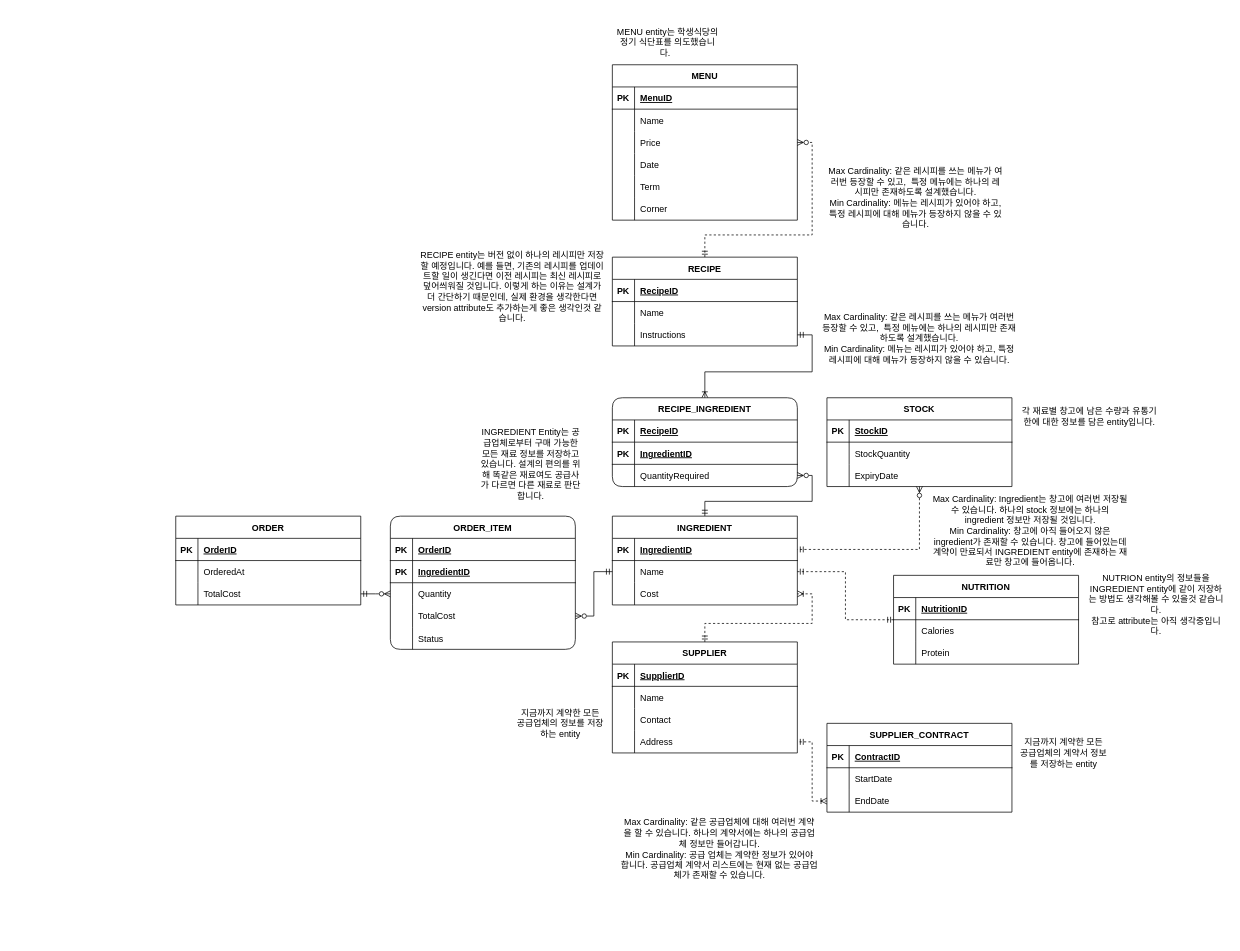
Before: resource/FOOD_CRM.drawio in cryscham123/ERdiagram, a draw.io diagram. Source tidied: cells renumbered, new cells numbered last; positions are measured from the earlier drawing's top-left corner, leaving out a move shared by most shapes. Both pictures are drawn from the tidied source at 74%, with x=0, y=0 at pixel (175, 13).
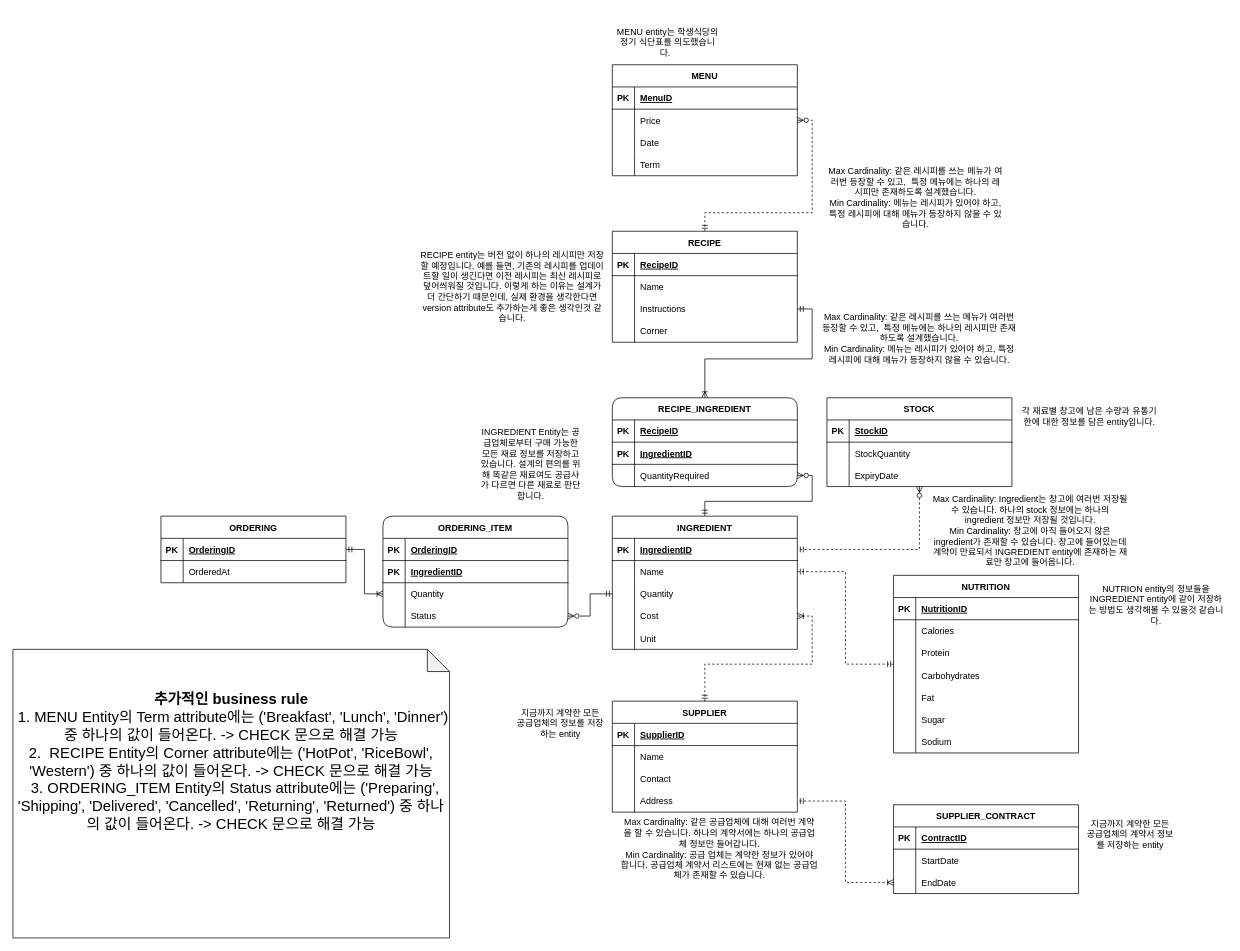
After the change.

The change refers to these unchanged cells:
```xml
<mxCell id="7" style="shape=partialRectangle;fillColor=none;points=[[0,0.5],[1,0.5]];portConstraint=eastwest;top=0;left=0;right=0;bottom=0;" parent="3" vertex="1">
  <mxGeometry y="60" width="250" height="30" as="geometry" />
</mxCell>
<mxCell id="14" style="shape=partialRectangle;fillColor=none;top=0;left=0;right=0;bottom=1;" parent="13" vertex="1">
  <mxGeometry y="30" width="250" height="30" as="geometry" />
</mxCell>
<mxCell id="48" style="shape=partialRectangle;fillColor=none;top=0;left=0;right=0;bottom=1;" parent="47" vertex="1">
  <mxGeometry y="30" width="250" height="30" as="geometry" />
</mxCell>
<mxCell id="54" style="shape=partialRectangle;fillColor=none;points=[[0,0.5],[1,0.5]];portConstraint=eastwest;top=0;left=0;right=0;bottom=0;" parent="47" vertex="1">
  <mxGeometry y="90" width="250" height="30" as="geometry" />
</mxCell>
```

The edit, as a diff of the source:
```diff
@@
     <mxCell id="3" value="INGREDIENT" style="shape=table;startSize=30;childLayout=tableLayout;rowLines=0;fontStyle=1;align=center;" parent="1" vertex="1">
-      <mxGeometry x="590" y="680" width="250" height="120" as="geometry" />
+      <mxGeometry x="590" y="680" width="250" height="180" as="geometry" />
     </mxCell>
@@
+    <mxCell id="20" style="shape=partialRectangle;fillColor=none;points=[[0,0.5],[1,0.5]];portConstraint=eastwest;top=0;left=0;right=0;bottom=0;" parent="3" vertex="1">
+      <mxGeometry y="90" width="250" height="30" as="geometry" />
+    </mxCell>
+    <mxCell id="140" style="shape=partialRectangle;overflow=hidden;fillColor=none;top=0;left=0;bottom=0;right=0;" parent="20" vertex="1">
+      <mxGeometry width="30" height="30" as="geometry" />
+    </mxCell>
+    <mxCell id="141" value="Quantity" style="shape=partialRectangle;overflow=hidden;fillColor=none;top=0;left=0;bottom=0;right=0;align=left;spacingLeft=6;" parent="20" vertex="1">
+      <mxGeometry x="30" width="220" height="30" as="geometry" />
+    </mxCell>
     <mxCell id="10" style="shape=partialRectangle;fillColor=none;points=[[0,0.5],[1,0.5]];portConstraint=eastwest;top=0;left=0;right=0;bottom=0;" parent="3" vertex="1">
-      <mxGeometry y="90" width="250" height="30" as="geometry" />
+      <mxGeometry y="120" width="250" height="30" as="geometry" />
     </mxCell>
@@
+    <mxCell id="142" style="shape=partialRectangle;fillColor=none;top=0;left=0;right=0;bottom=0;" parent="3" vertex="1">
+      <mxGeometry y="150" width="250" height="30" as="geometry" />
+    </mxCell>
+    <mxCell id="143" style="shape=partialRectangle;overflow=hidden;fillColor=none;top=0;left=0;bottom=0;right=0;" parent="142" vertex="1">
+      <mxGeometry width="30" height="30" as="geometry" />
+    </mxCell>
+    <mxCell id="144" value="Unit" style="shape=partialRectangle;overflow=hidden;fillColor=none;top=0;left=0;bottom=0;right=0;align=left;spacingLeft=6;" parent="142" vertex="1">
+      <mxGeometry x="30" width="220" height="30" as="geometry" />
+    </mxCell>
+    <mxCell id="145" style="edgeStyle=orthogonalEdgeStyle;rounded=0;jettySize=auto;html=1;startArrow=ERmandOne;startFill=0;endArrow=ERoneToMany;endFill=0;" parent="1" edge="1" source="13" target="54">
+      <mxGeometry relative="1" as="geometry" />
+    </mxCell>
-    <mxCell id="13" value="ORDER" style="shape=table;startSize=30;childLayout=tableLayout;rowLines=0;fontStyle=1;align=center;" parent="1" vertex="1">
-      <mxGeometry y="680" width="250" height="120" as="geometry" />
+    <mxCell id="13" value="ORDERING" style="shape=table;startSize=30;childLayout=tableLayout;rowLines=0;fontStyle=1;align=center;" parent="1" vertex="1">
+      <mxGeometry x="-20" y="680" width="250" height="90" as="geometry" />
     </mxCell>
@@
-    <mxCell id="16" value="OrderID" style="shape=partialRectangle;overflow=hidden;fillColor=none;top=0;left=0;bottom=0;right=0;align=left;spacingLeft=6;fontStyle=5;" parent="14" vertex="1">
+    <mxCell id="16" value="OrderingID" style="shape=partialRectangle;overflow=hidden;fillColor=none;top=0;left=0;bottom=0;right=0;align=left;spacingLeft=6;fontStyle=5;" parent="14" vertex="1">
       <mxGeometry x="30" width="220" height="30" as="geometry" />
     </mxCell>
@@
-    <mxCell id="20" style="shape=partialRectangle;fillColor=none;points=[[0,0.5],[1,0.5]];portConstraint=eastwest;top=0;left=0;right=0;bottom=0;" parent="13" vertex="1">
-      <mxGeometry y="90" width="250" height="30" as="geometry" />
-    </mxCell>
-    <mxCell id="21" style="shape=partialRectangle;overflow=hidden;fillColor=none;top=0;left=0;bottom=0;right=0;" parent="20" vertex="1">
-      <mxGeometry width="30" height="30" as="geometry" />
-    </mxCell>
-    <mxCell id="22" value="TotalCost" style="shape=partialRectangle;overflow=hidden;fillColor=none;top=0;left=0;bottom=0;right=0;align=left;spacingLeft=6;" parent="20" vertex="1">
-      <mxGeometry x="30" width="220" height="30" as="geometry" />
-    </mxCell>
@@
     <mxCell id="24" value="SUPPLIER" style="shape=table;startSize=30;childLayout=tableLayout;rowLines=0;fontStyle=1;align=center;" parent="1" vertex="1">
-      <mxGeometry x="590" y="850" width="250" height="150" as="geometry" />
+      <mxGeometry x="590" y="930" width="250" height="150" as="geometry" />
     </mxCell>
@@
     <mxCell id="37" value="SUPPLIER_CONTRACT" style="shape=table;startSize=30;childLayout=tableLayout;rowLines=0;fontStyle=1;align=center;" parent="1" vertex="1">
-      <mxGeometry x="880" y="960" width="250" height="120" as="geometry" />
+      <mxGeometry x="970" y="1070" width="250" height="120" as="geometry" />
     </mxCell>
@@
-    <mxCell id="47" value="ORDER_ITEM" style="shape=table;startSize=30;childLayout=tableLayout;rowLines=0;fontStyle=1;align=center;rounded=1;" parent="1" vertex="1">
-      <mxGeometry x="290" y="680" width="250" height="180" as="geometry" />
+    <mxCell id="47" value="ORDERING_ITEM" style="shape=table;startSize=30;childLayout=tableLayout;rowLines=0;fontStyle=1;align=center;rounded=1;" parent="1" vertex="1">
+      <mxGeometry x="280" y="680" width="250" height="150" as="geometry" />
     </mxCell>
@@
-    <mxCell id="50" value="OrderID" style="shape=partialRectangle;overflow=hidden;fillColor=none;top=0;left=0;bottom=0;right=0;align=left;spacingLeft=6;fontStyle=5;" parent="48" vertex="1">
+    <mxCell id="50" value="OrderingID" style="shape=partialRectangle;overflow=hidden;fillColor=none;top=0;left=0;bottom=0;right=0;align=left;spacingLeft=6;fontStyle=5;" parent="48" vertex="1">
       <mxGeometry x="30" width="220" height="30" as="geometry" />
     </mxCell>
@@
-    <mxCell id="57" style="shape=partialRectangle;fillColor=none;points=[[0,0.5],[1,0.5]];portConstraint=eastwest;top=0;left=0;right=0;bottom=0;" parent="47" vertex="1">
-      <mxGeometry y="120" width="250" height="30" as="geometry" />
-    </mxCell>
-    <mxCell id="58" style="shape=partialRectangle;overflow=hidden;fillColor=none;top=0;left=0;bottom=0;right=0;" parent="57" vertex="1">
-      <mxGeometry width="30" height="30" as="geometry" />
-    </mxCell>
-    <mxCell id="59" value="TotalCost" style="shape=partialRectangle;overflow=hidden;fillColor=none;top=0;left=0;bottom=0;right=0;align=left;spacingLeft=6;" parent="57" vertex="1">
-      <mxGeometry x="30" width="220" height="30" as="geometry" />
-    </mxCell>
     <mxCell id="60" style="shape=partialRectangle;fillColor=none;points=[[0,0.5],[1,0.5]];portConstraint=eastwest;top=0;left=0;right=0;bottom=0;" parent="47" vertex="1">
-      <mxGeometry y="150" width="250" height="30" as="geometry" />
+      <mxGeometry y="120" width="250" height="30" as="geometry" />
     </mxCell>
@@
     <mxCell id="63" value="MENU" style="shape=table;startSize=30;childLayout=tableLayout;rowLines=0;fontStyle=1;align=center;" parent="1" vertex="1">
-      <mxGeometry x="590" y="70" width="250" height="210" as="geometry" />
+      <mxGeometry x="590" y="70" width="250" height="150" as="geometry" />
     </mxCell>
@@
-    <mxCell id="67" style="shape=partialRectangle;fillColor=none;top=0;left=0;right=0;bottom=0;" parent="63" vertex="1">
-      <mxGeometry y="60" width="250" height="30" as="geometry" />
-    </mxCell>
-    <mxCell id="68" style="shape=partialRectangle;overflow=hidden;fillColor=none;top=0;left=0;bottom=0;right=0;" parent="67" vertex="1">
-      <mxGeometry width="30" height="30" as="geometry" />
-    </mxCell>
-    <mxCell id="69" value="Name" style="shape=partialRectangle;overflow=hidden;fillColor=none;top=0;left=0;bottom=0;right=0;align=left;spacingLeft=6;" parent="67" vertex="1">
-      <mxGeometry x="30" width="220" height="30" as="geometry" />
-    </mxCell>
     <mxCell id="70" style="shape=partialRectangle;fillColor=none;points=[[0,0.5],[1,0.5]];portConstraint=eastwest;top=0;left=0;right=0;bottom=0;" parent="63" vertex="1">
-      <mxGeometry y="90" width="250" height="30" as="geometry" />
+      <mxGeometry y="60" width="250" height="30" as="geometry" />
     </mxCell>
@@
     <mxCell id="73" style="shape=partialRectangle;fillColor=none;top=0;left=0;right=0;bottom=0;" parent="63" vertex="1">
-      <mxGeometry y="120" width="250" height="30" as="geometry" />
+      <mxGeometry y="90" width="250" height="30" as="geometry" />
     </mxCell>
@@
     <mxCell id="76" style="shape=partialRectangle;fillColor=none;top=0;left=0;right=0;bottom=0;" parent="63" vertex="1">
-      <mxGeometry y="150" width="250" height="30" as="geometry" />
+      <mxGeometry y="120" width="250" height="30" as="geometry" />
     </mxCell>
@@
-    <mxCell id="79" style="shape=partialRectangle;fillColor=none;top=0;left=0;right=0;bottom=0;" parent="63" vertex="1">
-      <mxGeometry y="180" width="250" height="30" as="geometry" />
-    </mxCell>
-    <mxCell id="80" style="shape=partialRectangle;overflow=hidden;fillColor=none;top=0;left=0;bottom=0;right=0;" parent="79" vertex="1">
-      <mxGeometry width="30" height="30" as="geometry" />
-    </mxCell>
-    <mxCell id="81" value="Corner" style="shape=partialRectangle;overflow=hidden;fillColor=none;top=0;left=0;bottom=0;right=0;align=left;spacingLeft=6;" parent="79" vertex="1">
-      <mxGeometry x="30" width="220" height="30" as="geometry" />
-    </mxCell>
     <mxCell id="82" style="edgeStyle=orthogonalEdgeStyle;rounded=0;jettySize=auto;html=1;endArrow=ERzeroToMany;endFill=0;startArrow=ERmandOne;startFill=0;dashed=1;" parent="1" edge="1" source="83" target="70">
       <mxGeometry relative="1" as="geometry">
         <Array as="points">
-          <mxPoint x="715" y="300" />
-          <mxPoint x="860" y="300" />
-          <mxPoint x="860" y="175" />
+          <mxPoint x="715" y="270" />
+          <mxPoint x="860" y="270" />
+          <mxPoint x="860" y="145" />
         </Array>
       </mxGeometry>
     </mxCell>
     <mxCell id="83" value="RECIPE" style="shape=table;startSize=30;childLayout=tableLayout;rowLines=0;fontStyle=1;align=center;rounded=0;" parent="1" vertex="1">
-      <mxGeometry x="590" y="330" width="250" height="120" as="geometry" />
+      <mxGeometry x="590" y="295" width="250" height="150" as="geometry" />
     </mxCell>
@@
+    <mxCell id="146" style="shape=partialRectangle;fillColor=none;top=0;left=0;right=0;bottom=0;" parent="83" vertex="1">
+      <mxGeometry y="120" width="250" height="30" as="geometry" />
+    </mxCell>
+    <mxCell id="147" style="shape=partialRectangle;overflow=hidden;fillColor=none;top=0;left=0;bottom=0;right=0;" parent="146" vertex="1">
+      <mxGeometry width="30" height="30" as="geometry" />
+    </mxCell>
+    <mxCell id="81" value="Corner" style="shape=partialRectangle;overflow=hidden;fillColor=none;top=0;left=0;bottom=0;right=0;align=left;spacingLeft=6;" parent="146" vertex="1">
+      <mxGeometry x="30" width="220" height="30" as="geometry" />
+    </mxCell>
@@
-    <mxCell id="115" style="edgeStyle=orthogonalEdgeStyle;rounded=0;jettySize=auto;html=1;endArrow=ERzeroToMany;endFill=0;startArrow=ERmandOne;startFill=0;" parent="1" edge="1" source="7" target="57">
-      <mxGeometry relative="1" as="geometry" />
-    </mxCell>
-    <mxCell id="116" style="edgeStyle=orthogonalEdgeStyle;rounded=0;jettySize=auto;html=1;endArrow=ERmandOne;endFill=0;startArrow=ERzeroToMany;startFill=0;" parent="1" edge="1" source="54" target="20">
-      <mxGeometry relative="1" as="geometry">
-        <Array as="points">
-          <mxPoint x="270" y="785" />
-          <mxPoint x="270" y="785" />
-        </Array>
-      </mxGeometry>
-    </mxCell>
@@
     <mxCell id="119" value="NUTRITION" style="shape=table;startSize=30;childLayout=tableLayout;rowLines=0;fontStyle=1;align=center;" parent="1" vertex="1">
-      <mxGeometry x="970" y="760" width="250" height="120" as="geometry" />
+      <mxGeometry x="970" y="760" width="250" height="240" as="geometry" />
     </mxCell>
@@
+    <mxCell id="148" style="shape=partialRectangle;fillColor=none;top=0;left=0;right=0;bottom=0;" parent="119" vertex="1">
+      <mxGeometry y="120" width="250" height="30" as="geometry" />
+    </mxCell>
+    <mxCell id="149" style="shape=partialRectangle;overflow=hidden;fillColor=none;top=0;left=0;bottom=0;right=0;" parent="148" vertex="1">
+      <mxGeometry width="30" height="30" as="geometry" />
+    </mxCell>
+    <mxCell id="150" value="Carbohydrates" style="shape=partialRectangle;overflow=hidden;fillColor=none;top=0;left=0;bottom=0;right=0;align=left;spacingLeft=6;" parent="148" vertex="1">
+      <mxGeometry x="30" width="220" height="30" as="geometry" />
+    </mxCell>
+    <mxCell id="151" style="shape=partialRectangle;fillColor=none;top=0;left=0;right=0;bottom=0;" parent="119" vertex="1">
+      <mxGeometry y="150" width="250" height="30" as="geometry" />
+    </mxCell>
+    <mxCell id="152" style="shape=partialRectangle;overflow=hidden;fillColor=none;top=0;left=0;bottom=0;right=0;" parent="151" vertex="1">
+      <mxGeometry width="30" height="30" as="geometry" />
+    </mxCell>
+    <mxCell id="153" value="Fat" style="shape=partialRectangle;overflow=hidden;fillColor=none;top=0;left=0;bottom=0;right=0;align=left;spacingLeft=6;" parent="151" vertex="1">
+      <mxGeometry x="30" width="220" height="30" as="geometry" />
+    </mxCell>
+    <mxCell id="79" style="shape=partialRectangle;fillColor=none;top=0;left=0;right=0;bottom=0;" parent="119" vertex="1">
+      <mxGeometry y="180" width="250" height="30" as="geometry" />
+    </mxCell>
+    <mxCell id="154" style="shape=partialRectangle;overflow=hidden;fillColor=none;top=0;left=0;bottom=0;right=0;" parent="79" vertex="1">
+      <mxGeometry width="30" height="30" as="geometry" />
+    </mxCell>
+    <mxCell id="155" value="Sugar" style="shape=partialRectangle;overflow=hidden;fillColor=none;top=0;left=0;bottom=0;right=0;align=left;spacingLeft=6;" parent="79" vertex="1">
+      <mxGeometry x="30" width="220" height="30" as="geometry" />
+    </mxCell>
+    <mxCell id="156" style="shape=partialRectangle;fillColor=none;top=0;left=0;right=0;bottom=0;" parent="119" vertex="1">
+      <mxGeometry y="210" width="250" height="30" as="geometry" />
+    </mxCell>
+    <mxCell id="157" style="shape=partialRectangle;overflow=hidden;fillColor=none;top=0;left=0;bottom=0;right=0;" parent="156" vertex="1">
+      <mxGeometry width="30" height="30" as="geometry" />
+    </mxCell>
+    <mxCell id="158" value="Sodium" style="shape=partialRectangle;overflow=hidden;fillColor=none;top=0;left=0;bottom=0;right=0;align=left;spacingLeft=6;" parent="156" vertex="1">
+      <mxGeometry x="30" width="220" height="30" as="geometry" />
+    </mxCell>
@@
-    <mxCell id="133" value="&lt;div&gt;&lt;span style=&quot;background-color: initial;&quot;&gt;NUTRION entity의 정보들을 INGREDIENT entity에 같이 저장하는 방법도 생각해볼 수 있을것 같습니다.&lt;/span&gt;&lt;br&gt;&lt;/div&gt;&lt;div&gt;&lt;span style=&quot;background-color: initial;&quot;&gt;참고로 attribute는 아직 생각중입니다.&lt;/span&gt;&lt;/div&gt;" style="text;html=1;align=center;verticalAlign=middle;whiteSpace=wrap;rounded=0;" parent="1" vertex="1">
+    <mxCell id="133" value="&lt;div&gt;&lt;span style=&quot;background-color: initial;&quot;&gt;NUTRION entity의 정보들을 INGREDIENT entity에 같이 저장하는 방법도 생각해볼 수 있을것 같습니다.&lt;/span&gt;&lt;br&gt;&lt;/div&gt;" style="text;html=1;align=center;verticalAlign=middle;whiteSpace=wrap;rounded=0;" parent="1" vertex="1">
       <mxGeometry x="1230" y="760" width="190" height="80" as="geometry" />
     </mxCell>
@@
     <mxCell id="137" value="지금까지 계약한 모든 공급업체의 계약서 정보를 저장하는 entity" style="text;html=1;align=center;verticalAlign=middle;whiteSpace=wrap;rounded=0;" parent="1" vertex="1">
-      <mxGeometry x="1140" y="960" width="120" height="80" as="geometry" />
+      <mxGeometry x="1230" y="1070" width="120" height="80" as="geometry" />
     </mxCell>
@@
+    <mxCell id="159" style="edgeStyle=orthogonalEdgeStyle;rounded=0;jettySize=auto;html=1;endArrow=ERzeroToMany;endFill=0;startArrow=ERmandOne;startFill=0;" parent="1" edge="1" source="20" target="60">
+      <mxGeometry relative="1" as="geometry" />
+    </mxCell>
+    <mxCell id="160" value="&lt;div style=&quot;font-size: 20px;&quot;&gt;&lt;font style=&quot;font-size: 20px;&quot;&gt;&lt;b&gt;추가적인 business rule&lt;/b&gt;&lt;/font&gt;&lt;/div&gt;&lt;div style=&quot;font-size: 20px;&quot;&gt;&lt;font style=&quot;font-size: 20px;&quot;&gt;&amp;nbsp;1. MENU Entity의 Term attribute에는 ('Breakfast', 'Lunch', 'Dinner') 중 하나의 값이 들어온다. -&amp;gt; CHECK 문으로 해결 가능&lt;/font&gt;&lt;/div&gt;&lt;div style=&quot;font-size: 20px;&quot;&gt;&lt;font style=&quot;font-size: 20px;&quot;&gt;2.&amp;nbsp; RECIPE Entity의 Corner attribute에는 &lt;/font&gt;&lt;font style=&quot;font-size: 20px;&quot;&gt;('HotPot', 'RiceBowl', 'Western') 중 하나의 값이 들어온다. &lt;/font&gt;&lt;font style=&quot;font-size: 20px;&quot;&gt;-&amp;gt; CHECK 문으로 해결 가능&lt;/font&gt;&lt;/div&gt;&lt;div style=&quot;font-size: 20px;&quot;&gt;&lt;font style=&quot;font-size: 20px;&quot;&gt;&amp;nbsp; 3. ORDERING_ITEM Entity의 Status attribute에는 ('Preparing', 'Shipping', 'Delivered', 'Cancelled', 'Returning', 'Returned') 중 하나의 값이 들어온다. -&amp;gt; &lt;/font&gt;&lt;font style=&quot;font-size: 20px;&quot;&gt;CHECK 문으로 해결 가능&lt;/font&gt;&lt;/div&gt;&lt;div style=&quot;font-size: 20px;&quot;&gt;&lt;font style=&quot;font-size: 20px;&quot;&gt;&amp;nbsp;&lt;/font&gt;&lt;br&gt;&lt;br&gt;&lt;br&gt;&lt;/div&gt;&lt;div&gt;&lt;br&gt;&lt;/div&gt;" style="shape=note;whiteSpace=wrap;html=1;backgroundOutline=1;darkOpacity=0.05;" parent="1" vertex="1">
+      <mxGeometry x="-220" y="860" width="590" height="390" as="geometry" />
+    </mxCell>
```
